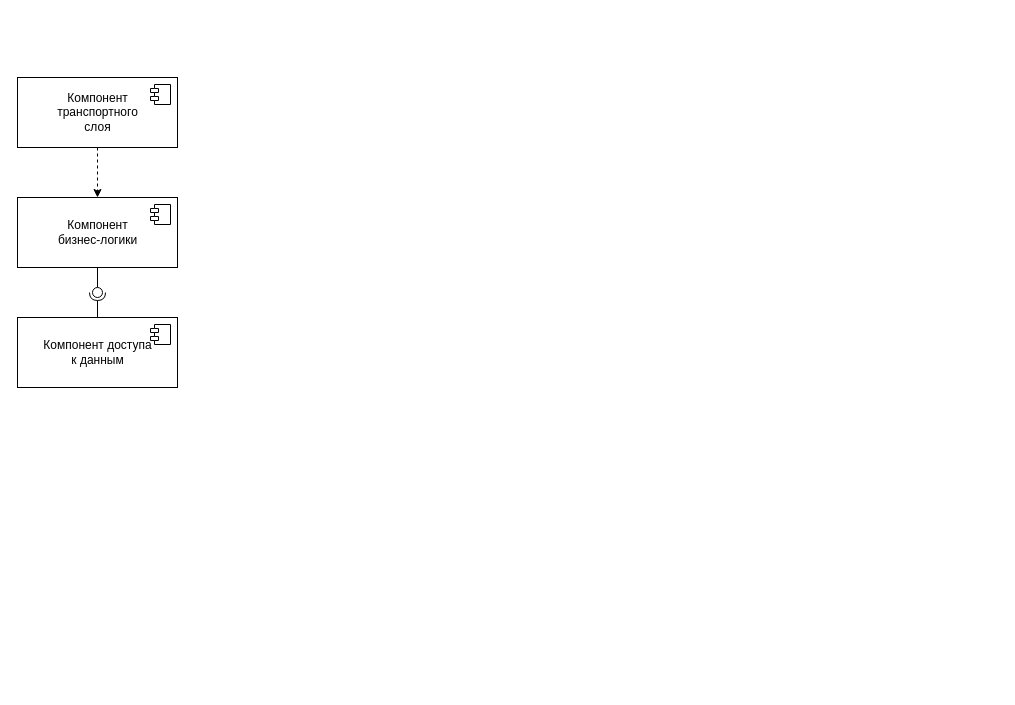
The draw.io diagram docs/diagrams/Components.drawio in AcidYurets/SD, before the edit. Source tidied: cells renumbered, new cells numbered last; positions are measured from the earlier drawing's top-left corner, leaving out a move shared by most shapes. Both pictures are drawn from the tidied source at 100%, with x=0, y=0 at pixel (17, 77).
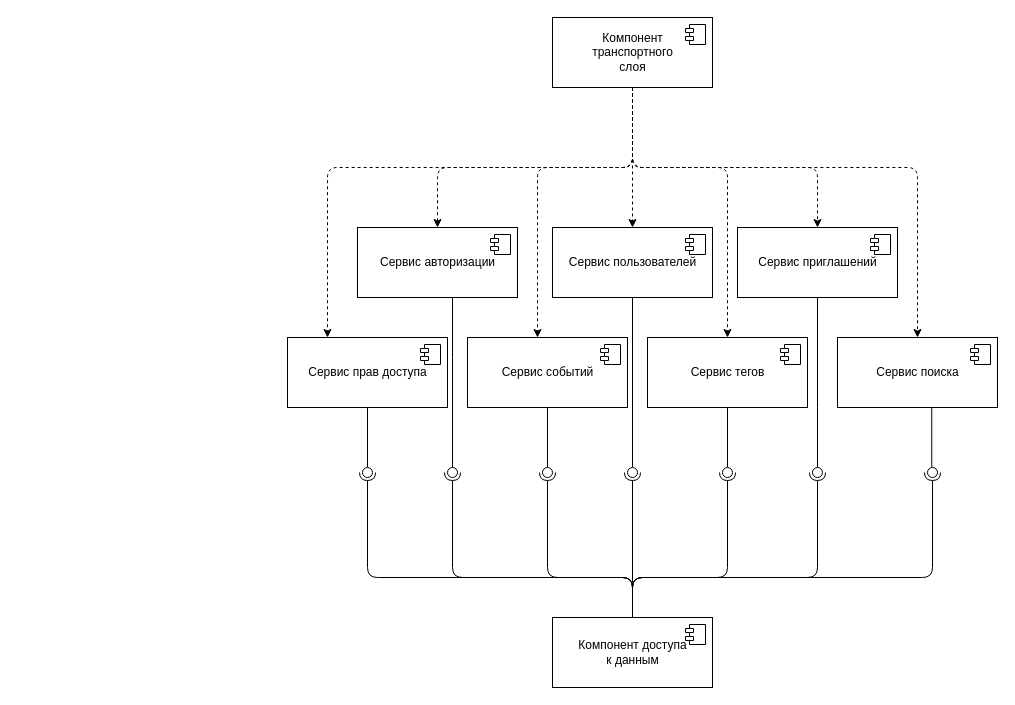
The same page after the edit.

Commit message (it also covers changes not shown here):
исправление UML диаграмм

Change to the diagram source:
```diff
@@
     <mxCell id="2" value="Компонент доступа &lt;br&gt;к данным" style="html=1;" parent="1" vertex="1">
-      <mxGeometry y="240" width="160" height="70" as="geometry" />
+      <mxGeometry x="535" y="540" width="160" height="70" as="geometry" />
     </mxCell>
@@
-    <mxCell id="4" value="Компонент &lt;br&gt;бизнес-логики" style="html=1;" parent="1" vertex="1">
-      <mxGeometry y="120" width="160" height="70" as="geometry" />
+    <mxCell id="4" value="Сервис авторизации" style="html=1;" parent="1" vertex="1">
+      <mxGeometry x="340" y="150" width="160" height="70" as="geometry" />
     </mxCell>
@@
-    <mxCell id="6" style="edgeStyle=orthogonalEdgeStyle;rounded=0;jettySize=auto;html=1;dashed=1;" parent="1" edge="1" source="7" target="4">
-      <mxGeometry relative="1" as="geometry" />
+    <mxCell id="6" style="edgeStyle=orthogonalEdgeStyle;rounded=1;jettySize=auto;html=1;dashed=1;" parent="1" edge="1" source="7" target="4">
+      <mxGeometry relative="1" as="geometry">
+        <Array as="points">
+          <mxPoint x="615" y="90" />
+          <mxPoint x="420" y="90" />
+        </Array>
+      </mxGeometry>
     </mxCell>
     <mxCell id="7" value="Компонент &lt;br&gt;транспортного &lt;br&gt;слоя" style="html=1;" parent="1" vertex="1">
-      <mxGeometry width="160" height="70" as="geometry" />
+      <mxGeometry x="535" y="-60" width="160" height="70" as="geometry" />
     </mxCell>
@@
-    <mxCell id="9" style="rounded=0;jettySize=auto;html=1;endArrow=none;endFill=0;sketch=0;sourcePerimeterSpacing=0;targetPerimeterSpacing=0;" parent="1" edge="1" source="4" target="11">
+    <mxCell id="9" style="rounded=0;jettySize=auto;html=1;endArrow=none;endFill=0;sketch=0;sourcePerimeterSpacing=0;targetPerimeterSpacing=0;edgeStyle=orthogonalEdgeStyle;" parent="1" edge="1" source="16" target="11">
       <mxGeometry relative="1" as="geometry" />
     </mxCell>
-    <mxCell id="10" style="rounded=0;jettySize=auto;html=1;endArrow=halfCircle;endFill=0;entryX=0.5;entryY=0.5;endSize=6;strokeWidth=1;sketch=0;" parent="1" edge="1" source="2" target="11">
-      <mxGeometry relative="1" as="geometry" />
+    <mxCell id="10" style="rounded=1;jettySize=auto;html=1;endArrow=halfCircle;endFill=0;entryX=0.5;entryY=0.5;endSize=6;strokeWidth=1;sketch=0;edgeStyle=orthogonalEdgeStyle;" parent="1" edge="1" source="2" target="11">
+      <mxGeometry relative="1" as="geometry">
+        <Array as="points">
+          <mxPoint x="615" y="500" />
+          <mxPoint x="350" y="500" />
+        </Array>
+      </mxGeometry>
     </mxCell>
     <mxCell id="11" style="ellipse;whiteSpace=wrap;html=1;align=center;points=[];outlineConnect=0;sketch=0;" parent="1" vertex="1">
-      <mxGeometry x="75" y="210" width="10" height="10" as="geometry" />
+      <mxGeometry x="345" y="390" width="10" height="10" as="geometry" />
     </mxCell>
+    <mxCell id="12" value="Сервис пользователей" style="html=1;" parent="1" vertex="1">
+      <mxGeometry x="535" y="150" width="160" height="70" as="geometry" />
+    </mxCell>
+    <mxCell id="13" style="shape=module;jettyWidth=8;jettyHeight=4;" parent="12" vertex="1">
+      <mxGeometry x="1" width="20" height="20" relative="1" as="geometry">
+        <mxPoint x="-27" y="7" as="offset" />
+      </mxGeometry>
+    </mxCell>
+    <mxCell id="14" value="Сервис приглашений" style="html=1;" parent="1" vertex="1">
+      <mxGeometry x="720" y="150" width="160" height="70" as="geometry" />
+    </mxCell>
+    <mxCell id="15" style="shape=module;jettyWidth=8;jettyHeight=4;" parent="14" vertex="1">
+      <mxGeometry x="1" width="20" height="20" relative="1" as="geometry">
+        <mxPoint x="-27" y="7" as="offset" />
+      </mxGeometry>
+    </mxCell>
+    <mxCell id="16" value="Сервис прав доступа" style="html=1;" parent="1" vertex="1">
+      <mxGeometry x="270" y="260" width="160" height="70" as="geometry" />
+    </mxCell>
+    <mxCell id="17" style="shape=module;jettyWidth=8;jettyHeight=4;" parent="16" vertex="1">
+      <mxGeometry x="1" width="20" height="20" relative="1" as="geometry">
+        <mxPoint x="-27" y="7" as="offset" />
+      </mxGeometry>
+    </mxCell>
+    <mxCell id="18" value="Сервис событий" style="html=1;" parent="1" vertex="1">
+      <mxGeometry x="450" y="260" width="160" height="70" as="geometry" />
+    </mxCell>
+    <mxCell id="19" style="shape=module;jettyWidth=8;jettyHeight=4;" parent="18" vertex="1">
+      <mxGeometry x="1" width="20" height="20" relative="1" as="geometry">
+        <mxPoint x="-27" y="7" as="offset" />
+      </mxGeometry>
+    </mxCell>
+    <mxCell id="20" value="Сервис тегов" style="html=1;" parent="1" vertex="1">
+      <mxGeometry x="630" y="260" width="160" height="70" as="geometry" />
+    </mxCell>
+    <mxCell id="21" style="shape=module;jettyWidth=8;jettyHeight=4;" parent="20" vertex="1">
+      <mxGeometry x="1" width="20" height="20" relative="1" as="geometry">
+        <mxPoint x="-27" y="7" as="offset" />
+      </mxGeometry>
+    </mxCell>
+    <mxCell id="22" value="Сервис поиска" style="html=1;" parent="1" vertex="1">
+      <mxGeometry x="820" y="260" width="160" height="70" as="geometry" />
+    </mxCell>
+    <mxCell id="23" style="shape=module;jettyWidth=8;jettyHeight=4;" parent="22" vertex="1">
+      <mxGeometry x="1" width="20" height="20" relative="1" as="geometry">
+        <mxPoint x="-27" y="7" as="offset" />
+      </mxGeometry>
+    </mxCell>
+    <mxCell id="24" style="edgeStyle=orthogonalEdgeStyle;rounded=0;jettySize=auto;html=1;dashed=1;" parent="1" edge="1" source="7" target="12">
+      <mxGeometry relative="1" as="geometry">
+        <Array as="points">
+          <mxPoint x="615" y="50" />
+          <mxPoint x="615" y="50" />
+        </Array>
+      </mxGeometry>
+    </mxCell>
+    <mxCell id="25" style="edgeStyle=orthogonalEdgeStyle;rounded=1;jettySize=auto;html=1;dashed=1;" parent="1" edge="1" source="7" target="14">
+      <mxGeometry relative="1" as="geometry">
+        <Array as="points">
+          <mxPoint x="615" y="90" />
+          <mxPoint x="800" y="90" />
+        </Array>
+      </mxGeometry>
+    </mxCell>
+    <mxCell id="26" style="edgeStyle=orthogonalEdgeStyle;rounded=1;jettySize=auto;html=1;dashed=1;" parent="1" edge="1" source="7" target="16">
+      <mxGeometry relative="1" as="geometry">
+        <Array as="points">
+          <mxPoint x="615" y="90" />
+          <mxPoint x="310" y="90" />
+        </Array>
+      </mxGeometry>
+    </mxCell>
+    <mxCell id="27" style="edgeStyle=orthogonalEdgeStyle;rounded=1;jettySize=auto;html=1;dashed=1;" parent="1" edge="1" source="7" target="18">
+      <mxGeometry relative="1" as="geometry">
+        <Array as="points">
+          <mxPoint x="615" y="90" />
+          <mxPoint x="520" y="90" />
+        </Array>
+      </mxGeometry>
+    </mxCell>
+    <mxCell id="28" style="edgeStyle=orthogonalEdgeStyle;rounded=1;jettySize=auto;html=1;dashed=1;" parent="1" edge="1" source="7" target="20">
+      <mxGeometry relative="1" as="geometry">
+        <Array as="points">
+          <mxPoint x="615" y="90" />
+          <mxPoint x="710" y="90" />
+        </Array>
+      </mxGeometry>
+    </mxCell>
+    <mxCell id="29" style="edgeStyle=orthogonalEdgeStyle;rounded=1;jettySize=auto;html=1;dashed=1;" parent="1" edge="1" source="7" target="22">
+      <mxGeometry relative="1" as="geometry">
+        <Array as="points">
+          <mxPoint x="615" y="90" />
+          <mxPoint x="900" y="90" />
+        </Array>
+      </mxGeometry>
+    </mxCell>
+    <mxCell id="30" style="rounded=0;jettySize=auto;html=1;endArrow=none;endFill=0;sketch=0;sourcePerimeterSpacing=0;targetPerimeterSpacing=0;edgeStyle=orthogonalEdgeStyle;" parent="1" edge="1" source="4" target="32">
+      <mxGeometry relative="1" as="geometry">
+        <Array as="points">
+          <mxPoint x="435" y="280" />
+          <mxPoint x="435" y="280" />
+        </Array>
+      </mxGeometry>
+    </mxCell>
+    <mxCell id="31" style="rounded=1;jettySize=auto;html=1;endArrow=halfCircle;endFill=0;entryX=0.5;entryY=0.5;endSize=6;strokeWidth=1;sketch=0;edgeStyle=orthogonalEdgeStyle;" parent="1" edge="1" source="2" target="32">
+      <mxGeometry relative="1" as="geometry">
+        <Array as="points">
+          <mxPoint x="615" y="500" />
+          <mxPoint x="435" y="500" />
+        </Array>
+      </mxGeometry>
+    </mxCell>
+    <mxCell id="32" style="ellipse;whiteSpace=wrap;html=1;align=center;points=[];outlineConnect=0;sketch=0;" parent="1" vertex="1">
+      <mxGeometry x="430" y="390" width="10" height="10" as="geometry" />
+    </mxCell>
+    <mxCell id="33" style="rounded=0;jettySize=auto;html=1;endArrow=none;endFill=0;sketch=0;sourcePerimeterSpacing=0;targetPerimeterSpacing=0;edgeStyle=orthogonalEdgeStyle;" parent="1" edge="1" source="18" target="35">
+      <mxGeometry relative="1" as="geometry" />
+    </mxCell>
+    <mxCell id="34" style="rounded=1;jettySize=auto;html=1;endArrow=halfCircle;endFill=0;entryX=0.5;entryY=0.5;endSize=6;strokeWidth=1;sketch=0;edgeStyle=orthogonalEdgeStyle;" parent="1" edge="1" source="2" target="35">
+      <mxGeometry relative="1" as="geometry">
+        <Array as="points">
+          <mxPoint x="615" y="500" />
+          <mxPoint x="530" y="500" />
+        </Array>
+      </mxGeometry>
+    </mxCell>
+    <mxCell id="35" style="ellipse;whiteSpace=wrap;html=1;align=center;points=[];outlineConnect=0;sketch=0;" parent="1" vertex="1">
+      <mxGeometry x="525" y="390" width="10" height="10" as="geometry" />
+    </mxCell>
+    <mxCell id="36" style="rounded=0;jettySize=auto;html=1;endArrow=none;endFill=0;sketch=0;sourcePerimeterSpacing=0;targetPerimeterSpacing=0;edgeStyle=orthogonalEdgeStyle;" parent="1" edge="1" source="12" target="38">
+      <mxGeometry relative="1" as="geometry" />
+    </mxCell>
+    <mxCell id="37" style="rounded=1;jettySize=auto;html=1;endArrow=halfCircle;endFill=0;entryX=0.5;entryY=0.5;endSize=6;strokeWidth=1;sketch=0;edgeStyle=orthogonalEdgeStyle;" parent="1" edge="1" source="2" target="38">
+      <mxGeometry relative="1" as="geometry" />
+    </mxCell>
+    <mxCell id="38" style="ellipse;whiteSpace=wrap;html=1;align=center;points=[];outlineConnect=0;sketch=0;" parent="1" vertex="1">
+      <mxGeometry x="610" y="390" width="10" height="10" as="geometry" />
+    </mxCell>
+    <mxCell id="39" style="rounded=0;jettySize=auto;html=1;endArrow=none;endFill=0;sketch=0;sourcePerimeterSpacing=0;targetPerimeterSpacing=0;edgeStyle=orthogonalEdgeStyle;" parent="1" edge="1" source="20" target="41">
+      <mxGeometry relative="1" as="geometry" />
+    </mxCell>
+    <mxCell id="40" style="rounded=1;jettySize=auto;html=1;endArrow=halfCircle;endFill=0;entryX=0.5;entryY=0.5;endSize=6;strokeWidth=1;sketch=0;edgeStyle=orthogonalEdgeStyle;" parent="1" edge="1" source="2" target="41">
+      <mxGeometry relative="1" as="geometry">
+        <Array as="points">
+          <mxPoint x="615" y="500" />
+          <mxPoint x="710" y="500" />
+        </Array>
+      </mxGeometry>
+    </mxCell>
+    <mxCell id="41" style="ellipse;whiteSpace=wrap;html=1;align=center;points=[];outlineConnect=0;sketch=0;" parent="1" vertex="1">
+      <mxGeometry x="705" y="390" width="10" height="10" as="geometry" />
+    </mxCell>
+    <mxCell id="42" style="rounded=0;jettySize=auto;html=1;endArrow=none;endFill=0;sketch=0;sourcePerimeterSpacing=0;targetPerimeterSpacing=0;edgeStyle=orthogonalEdgeStyle;" parent="1" edge="1" source="22" target="44">
+      <mxGeometry relative="1" as="geometry">
+        <Array as="points">
+          <mxPoint x="910" y="395" />
+        </Array>
+      </mxGeometry>
+    </mxCell>
+    <mxCell id="43" style="rounded=1;jettySize=auto;html=1;endArrow=halfCircle;endFill=0;entryX=0.5;entryY=0.5;endSize=6;strokeWidth=1;sketch=0;edgeStyle=orthogonalEdgeStyle;" parent="1" edge="1" source="2" target="44">
+      <mxGeometry relative="1" as="geometry">
+        <Array as="points">
+          <mxPoint x="615" y="500" />
+          <mxPoint x="915" y="500" />
+        </Array>
+      </mxGeometry>
+    </mxCell>
+    <mxCell id="44" style="ellipse;whiteSpace=wrap;html=1;align=center;points=[];outlineConnect=0;sketch=0;" parent="1" vertex="1">
+      <mxGeometry x="910" y="390" width="10" height="10" as="geometry" />
+    </mxCell>
+    <mxCell id="45" style="rounded=0;jettySize=auto;html=1;endArrow=none;endFill=0;sketch=0;sourcePerimeterSpacing=0;targetPerimeterSpacing=0;edgeStyle=orthogonalEdgeStyle;" parent="1" edge="1" source="14" target="47">
+      <mxGeometry relative="1" as="geometry">
+        <Array as="points">
+          <mxPoint x="800" y="330" />
+          <mxPoint x="800" y="330" />
+        </Array>
+      </mxGeometry>
+    </mxCell>
+    <mxCell id="46" style="rounded=1;jettySize=auto;html=1;endArrow=halfCircle;endFill=0;entryX=0.5;entryY=0.5;endSize=6;strokeWidth=1;sketch=0;edgeStyle=orthogonalEdgeStyle;" parent="1" edge="1" source="2" target="47">
+      <mxGeometry relative="1" as="geometry">
+        <Array as="points">
+          <mxPoint x="615" y="500" />
+          <mxPoint x="800" y="500" />
+        </Array>
+      </mxGeometry>
+    </mxCell>
+    <mxCell id="47" style="ellipse;whiteSpace=wrap;html=1;align=center;points=[];outlineConnect=0;sketch=0;" parent="1" vertex="1">
+      <mxGeometry x="795" y="390" width="10" height="10" as="geometry" />
+    </mxCell>
```
